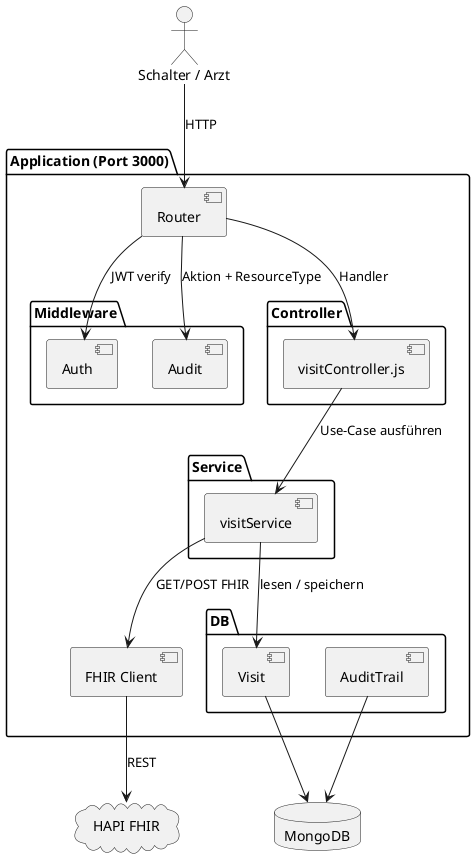
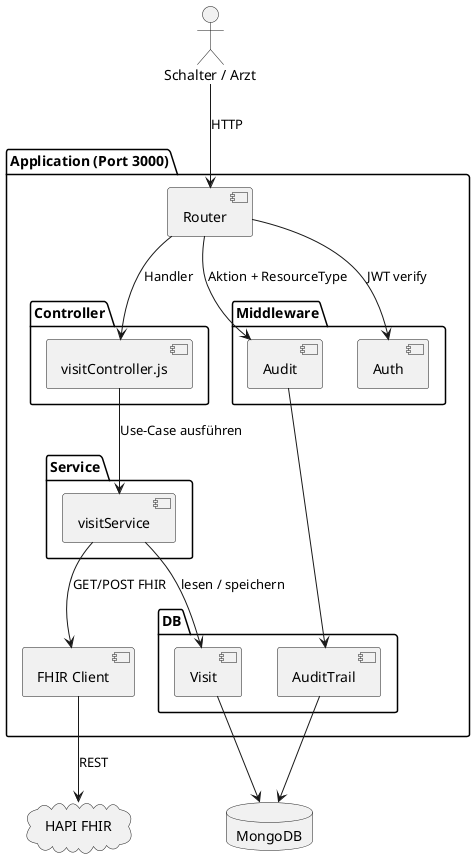
@startuml Architecture
actor "Schalter / Arzt" as Client
cloud "HAPI FHIR" as FHIR
database "MongoDB" as Mongo

package "Application (Port 3000)" as App {

  [Router] as Router


  package "Middleware" as MW {
    [Auth] as Auth
    [Audit] as Audit
  }

  package "Controller" as Controller {
    [visitController.js] as Visit
  }

  package "Service" as Service {
    [visitService] as VisitService
  }

  component "FHIR Client" as FhirClient

  package "DB" as db {
    [Visit] as VisitModel
    [AuditTrail] as AuditModel
  }
}

Client --> Router : HTTP

Router --> Auth : JWT verify
Router --> Audit : Aktion + ResourceType
Router --> Visit : Handler

Visit --> VisitService : Use-Case ausführen

VisitService --> FhirClient : GET/POST FHIR
VisitService --> VisitModel : lesen / speichern

FhirClient --> FHIR : REST

+ Audit --> AuditModel

VisitModel --> Mongo
AuditModel --> Mongo

@enduml
